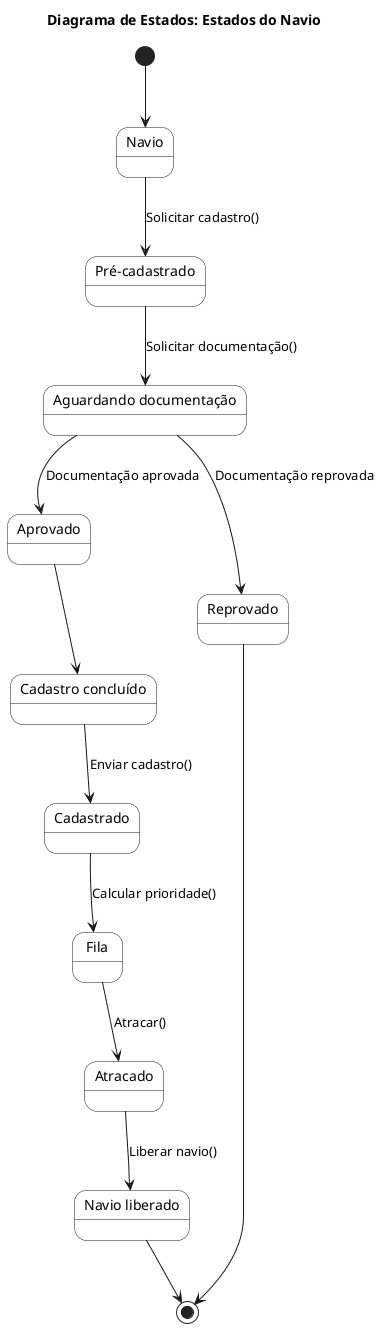
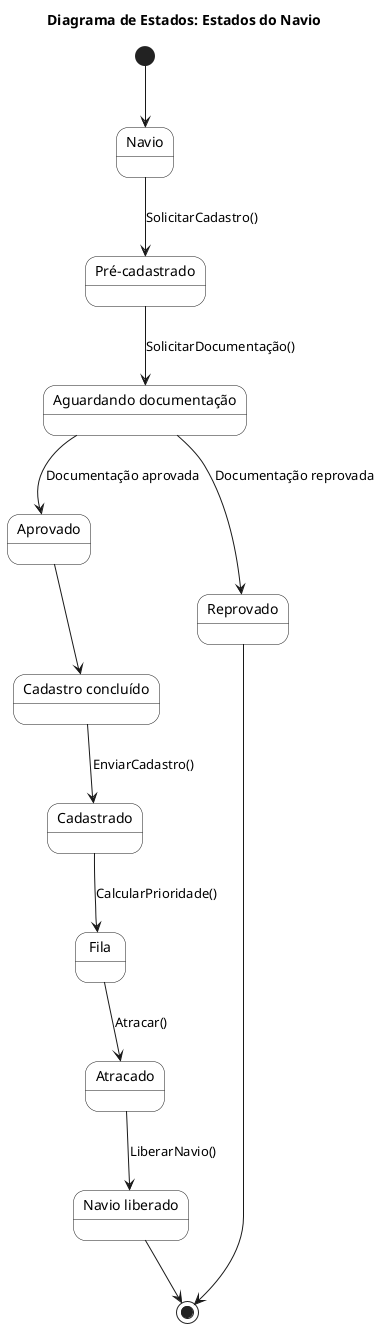
@startuml
title Diagrama de Estados: Estados do Navio

skinparam state {
    RoundCorner 20
    BackgroundColor White
    }

state Navio
state "Pré-cadastrado" as PreCadastrado
state "Aguardando documentação" as AguardandoDoc
state "Cadastro concluído" as CadastroConcluido
state "Navio liberado" as NavioLiberado

[*] --> Navio

- Navio --> PreCadastrado : Solicitar cadastro()
+ Navio --> PreCadastrado : SolicitarCadastro()

- PreCadastrado --> AguardandoDoc : Solicitar documentação()
+ PreCadastrado --> AguardandoDoc : SolicitarDocumentação()

AguardandoDoc --> Aprovado : Documentação aprovada
AguardandoDoc --> Reprovado : Documentação reprovada

Reprovado --> [*]

Aprovado --> CadastroConcluido

- CadastroConcluido --> Cadastrado : Enviar cadastro()
+ CadastroConcluido --> Cadastrado : EnviarCadastro()

- Cadastrado --> Fila : Calcular prioridade()
+ Cadastrado --> Fila : CalcularPrioridade()

Fila --> Atracado : Atracar()

- Atracado --> NavioLiberado : Liberar navio()
+ Atracado --> NavioLiberado : LiberarNavio()

NavioLiberado --> [*]

@enduml
